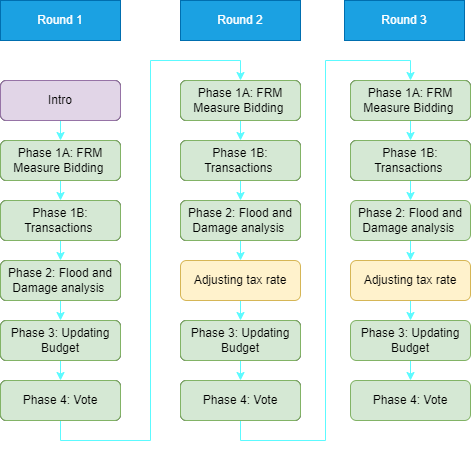
Above: checklists/flow chart.png in sinagolchi/FRC_admin (draw.io), before the change. Source tidied: cells renumbered, new cells last; positions are measured from the earlier drawing's top-left corner, leaving out a move shared by most shapes.
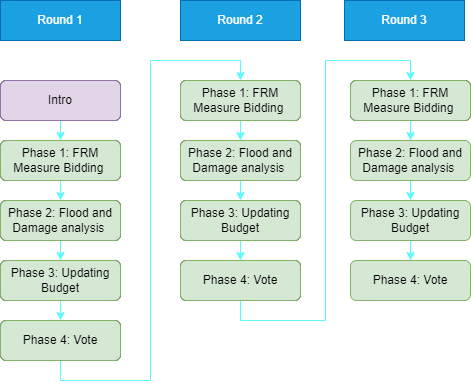
After the commit.

Diff of the diagram source:
```diff
@@ -8,105 +8,75 @@
     <mxCell id="3" value="Intro" style="rounded=1;whiteSpace=wrap;html=1;fontSize=12;glass=0;strokeWidth=1;shadow=0;" parent="1" vertex="1">
       <mxGeometry y="80" width="120" height="40" as="geometry" />
     </mxCell>
-    <mxCell id="4" style="edgeStyle=orthogonalEdgeStyle;rounded=0;jettySize=auto;html=1;exitX=0.5;exitY=1;exitDx=0;exitDy=0;entryX=0.5;entryY=0;entryDx=0;entryDy=0;strokeColor=#5CFAFF;" parent="1" edge="1" source="5" target="7">
+    <mxCell id="4" style="edgeStyle=orthogonalEdgeStyle;rounded=0;jettySize=auto;html=1;exitX=0.5;exitY=1;exitDx=0;exitDy=0;entryX=0.5;entryY=0;entryDx=0;entryDy=0;strokeColor=#5CFAFF;" parent="1" edge="1" source="5" target="43">
       <mxGeometry relative="1" as="geometry" />
     </mxCell>
     <mxCell id="5" value="Phase 1A: FRM Measure Bidding&amp;nbsp;" style="rounded=1;whiteSpace=wrap;html=1;fontSize=12;glass=0;strokeWidth=1;shadow=0;" parent="1" vertex="1">
       <mxGeometry y="140" width="120" height="40" as="geometry" />
     </mxCell>
-    <mxCell id="6" style="edgeStyle=orthogonalEdgeStyle;rounded=0;jettySize=auto;html=1;exitX=0.5;exitY=1;exitDx=0;exitDy=0;entryX=0.5;entryY=0;entryDx=0;entryDy=0;strokeColor=#5CFAFF;" parent="1" edge="1" source="7" target="9">
-      <mxGeometry relative="1" as="geometry" />
-    </mxCell>
-    <mxCell id="7" value="Phase 1B: Transactions&amp;nbsp;" style="rounded=1;whiteSpace=wrap;html=1;fontSize=12;glass=0;strokeWidth=1;shadow=0;" parent="1" vertex="1">
-      <mxGeometry y="200" width="120" height="40" as="geometry" />
-    </mxCell>
     <mxCell id="8" style="edgeStyle=orthogonalEdgeStyle;rounded=0;jettySize=auto;html=1;exitX=0.5;exitY=1;exitDx=0;exitDy=0;entryX=0.5;entryY=0;entryDx=0;entryDy=0;strokeColor=#5CFAFF;" parent="1" edge="1" source="9" target="11">
       <mxGeometry relative="1" as="geometry" />
     </mxCell>
     <mxCell id="9" value="Phase 2: Flood and Damage analysis&amp;nbsp;" style="rounded=1;whiteSpace=wrap;html=1;fontSize=12;glass=0;strokeWidth=1;shadow=0;" parent="1" vertex="1">
-      <mxGeometry y="260" width="120" height="40" as="geometry" />
+      <mxGeometry y="200" width="120" height="40" as="geometry" />
     </mxCell>
     <mxCell id="10" style="edgeStyle=orthogonalEdgeStyle;rounded=0;jettySize=auto;html=1;exitX=0.5;exitY=1;exitDx=0;exitDy=0;entryX=0.5;entryY=0;entryDx=0;entryDy=0;strokeColor=#5CFAFF;" parent="1" edge="1" source="11" target="13">
       <mxGeometry relative="1" as="geometry" />
     </mxCell>
     <mxCell id="11" value="Phase 3: Updating Budget" style="rounded=1;whiteSpace=wrap;html=1;fontSize=12;glass=0;strokeWidth=1;shadow=0;" parent="1" vertex="1">
-      <mxGeometry y="320" width="120" height="40" as="geometry" />
+      <mxGeometry y="260" width="120" height="40" as="geometry" />
     </mxCell>
     <mxCell id="12" style="edgeStyle=orthogonalEdgeStyle;rounded=0;jettySize=auto;html=1;exitX=0.5;exitY=1;exitDx=0;exitDy=0;entryX=0.5;entryY=0;entryDx=0;entryDy=0;strokeColor=#5CFAFF;" parent="1" edge="1" source="13" target="15">
       <mxGeometry relative="1" as="geometry" />
     </mxCell>
     <mxCell id="13" value="Phase 4: Vote" style="rounded=1;whiteSpace=wrap;html=1;fontSize=12;glass=0;strokeWidth=1;shadow=0;" parent="1" vertex="1">
-      <mxGeometry y="380" width="120" height="40" as="geometry" />
+      <mxGeometry y="320" width="120" height="40" as="geometry" />
     </mxCell>
-    <mxCell id="14" style="edgeStyle=orthogonalEdgeStyle;rounded=0;jettySize=auto;html=1;exitX=0.5;exitY=1;exitDx=0;exitDy=0;entryX=0.5;entryY=0;entryDx=0;entryDy=0;strokeColor=#5CFAFF;" parent="1" edge="1" source="15" target="17">
+    <mxCell id="14" style="edgeStyle=orthogonalEdgeStyle;rounded=0;jettySize=auto;html=1;exitX=0.5;exitY=1;exitDx=0;exitDy=0;entryX=0.5;entryY=0;entryDx=0;entryDy=0;strokeColor=#5CFAFF;" parent="1" edge="1" source="15" target="48">
       <mxGeometry relative="1" as="geometry" />
     </mxCell>
     <mxCell id="15" value="Phase 1A: FRM Measure Bidding&amp;nbsp;" style="rounded=1;whiteSpace=wrap;html=1;fontSize=12;glass=0;strokeWidth=1;shadow=0;" parent="1" vertex="1">
       <mxGeometry x="180" y="80" width="120" height="40" as="geometry" />
     </mxCell>
-    <mxCell id="16" style="edgeStyle=orthogonalEdgeStyle;rounded=0;jettySize=auto;html=1;exitX=0.5;exitY=1;exitDx=0;exitDy=0;entryX=0.5;entryY=0;entryDx=0;entryDy=0;strokeColor=#5CFAFF;" parent="1" edge="1" source="17" target="19">
-      <mxGeometry relative="1" as="geometry" />
-    </mxCell>
-    <mxCell id="17" value="Phase 1B: Transactions&amp;nbsp;" style="rounded=1;whiteSpace=wrap;html=1;fontSize=12;glass=0;strokeWidth=1;shadow=0;" parent="1" vertex="1">
-      <mxGeometry x="180" y="140" width="120" height="40" as="geometry" />
-    </mxCell>
-    <mxCell id="18" style="edgeStyle=orthogonalEdgeStyle;rounded=0;jettySize=auto;html=1;exitX=0.5;exitY=1;exitDx=0;exitDy=0;entryX=0.5;entryY=0;entryDx=0;entryDy=0;strokeColor=#5CFAFF;" parent="1" edge="1" source="19" target="25">
+    <mxCell id="18" style="edgeStyle=orthogonalEdgeStyle;rounded=0;jettySize=auto;html=1;exitX=0.5;exitY=1;exitDx=0;exitDy=0;entryX=0.5;entryY=0;entryDx=0;entryDy=0;strokeColor=#5CFAFF;" parent="1" edge="1" source="19" target="49">
       <mxGeometry relative="1" as="geometry" />
     </mxCell>
     <mxCell id="19" value="Phase 2: Flood and Damage analysis&amp;nbsp;" style="rounded=1;whiteSpace=wrap;html=1;fontSize=12;glass=0;strokeWidth=1;shadow=0;" parent="1" vertex="1">
-      <mxGeometry x="180" y="200" width="120" height="40" as="geometry" />
+      <mxGeometry x="180" y="140" width="120" height="40" as="geometry" />
     </mxCell>
     <mxCell id="20" style="edgeStyle=orthogonalEdgeStyle;rounded=0;jettySize=auto;html=1;exitX=0.5;exitY=1;exitDx=0;exitDy=0;entryX=0.5;entryY=0;entryDx=0;entryDy=0;strokeColor=#5CFAFF;" parent="1" edge="1" source="21" target="23">
       <mxGeometry relative="1" as="geometry" />
     </mxCell>
     <mxCell id="21" value="Phase 3: Updating Budget" style="rounded=1;whiteSpace=wrap;html=1;fontSize=12;glass=0;strokeWidth=1;shadow=0;" parent="1" vertex="1">
-      <mxGeometry x="180" y="320" width="120" height="40" as="geometry" />
+      <mxGeometry x="180" y="200" width="120" height="40" as="geometry" />
     </mxCell>
     <mxCell id="22" style="edgeStyle=orthogonalEdgeStyle;rounded=0;jettySize=auto;html=1;exitX=0.5;exitY=1;exitDx=0;exitDy=0;entryX=0.5;entryY=0;entryDx=0;entryDy=0;strokeColor=#5CFAFF;" parent="1" edge="1" source="23" target="27">
       <mxGeometry relative="1" as="geometry" />
     </mxCell>
     <mxCell id="23" value="Phase 4: Vote" style="rounded=1;whiteSpace=wrap;html=1;fontSize=12;glass=0;strokeWidth=1;shadow=0;" parent="1" vertex="1">
-      <mxGeometry x="180" y="380" width="120" height="40" as="geometry" />
+      <mxGeometry x="180" y="260" width="120" height="40" as="geometry" />
     </mxCell>
-    <mxCell id="24" style="edgeStyle=orthogonalEdgeStyle;rounded=0;jettySize=auto;html=1;exitX=0.5;exitY=1;exitDx=0;exitDy=0;entryX=0.5;entryY=0;entryDx=0;entryDy=0;strokeColor=#5CFAFF;" parent="1" edge="1" source="25" target="21">
-      <mxGeometry relative="1" as="geometry" />
-    </mxCell>
-    <mxCell id="25" value="Adjusting tax rate" style="rounded=1;whiteSpace=wrap;html=1;fontSize=12;glass=0;strokeWidth=1;shadow=0;fillColor=#fff2cc;strokeColor=#d6b656;" parent="1" vertex="1">
-      <mxGeometry x="180" y="260" width="120" height="40" as="geometry" />
-    </mxCell>
-    <mxCell id="26" style="edgeStyle=orthogonalEdgeStyle;rounded=0;jettySize=auto;html=1;exitX=0.5;exitY=1;exitDx=0;exitDy=0;entryX=0.5;entryY=0;entryDx=0;entryDy=0;strokeColor=#5CFAFF;" parent="1" edge="1" source="27" target="29">
+    <mxCell id="26" style="edgeStyle=orthogonalEdgeStyle;rounded=0;jettySize=auto;html=1;exitX=0.5;exitY=1;exitDx=0;exitDy=0;entryX=0.5;entryY=0;entryDx=0;entryDy=0;strokeColor=#5CFAFF;" parent="1" edge="1" source="27" target="31">
       <mxGeometry relative="1" as="geometry" />
     </mxCell>
     <mxCell id="27" value="Phase 1A: FRM Measure Bidding&amp;nbsp;" style="rounded=1;whiteSpace=wrap;html=1;fontSize=12;glass=0;strokeWidth=1;shadow=0;" parent="1" vertex="1">
       <mxGeometry x="350" y="80" width="120" height="40" as="geometry" />
     </mxCell>
-    <mxCell id="28" style="edgeStyle=orthogonalEdgeStyle;rounded=0;jettySize=auto;html=1;exitX=0.5;exitY=1;exitDx=0;exitDy=0;entryX=0.5;entryY=0;entryDx=0;entryDy=0;strokeColor=#5CFAFF;" parent="1" edge="1" source="29" target="31">
-      <mxGeometry relative="1" as="geometry" />
-    </mxCell>
-    <mxCell id="29" value="Phase 1B: Transactions&amp;nbsp;" style="rounded=1;whiteSpace=wrap;html=1;fontSize=12;glass=0;strokeWidth=1;shadow=0;" parent="1" vertex="1">
-      <mxGeometry x="350" y="140" width="120" height="40" as="geometry" />
-    </mxCell>
-    <mxCell id="30" style="edgeStyle=orthogonalEdgeStyle;rounded=0;jettySize=auto;html=1;exitX=0.5;exitY=1;exitDx=0;exitDy=0;entryX=0.5;entryY=0;entryDx=0;entryDy=0;strokeColor=#5CFAFF;" parent="1" edge="1" source="31" target="36">
+    <mxCell id="30" style="edgeStyle=orthogonalEdgeStyle;rounded=0;jettySize=auto;html=1;exitX=0.5;exitY=1;exitDx=0;exitDy=0;entryX=0.5;entryY=0;entryDx=0;entryDy=0;strokeColor=#5CFAFF;" parent="1" edge="1" source="31" target="33">
       <mxGeometry relative="1" as="geometry" />
     </mxCell>
     <mxCell id="31" value="Phase 2: Flood and Damage analysis&amp;nbsp;" style="rounded=1;whiteSpace=wrap;html=1;fontSize=12;glass=0;strokeWidth=1;shadow=0;fillColor=#d5e8d4;strokeColor=#82b366;" parent="1" vertex="1">
-      <mxGeometry x="350" y="200" width="120" height="40" as="geometry" />
+      <mxGeometry x="350" y="140" width="120" height="40" as="geometry" />
     </mxCell>
     <mxCell id="32" style="edgeStyle=orthogonalEdgeStyle;rounded=0;jettySize=auto;html=1;exitX=0.5;exitY=1;exitDx=0;exitDy=0;entryX=0.5;entryY=0;entryDx=0;entryDy=0;strokeColor=#5CFAFF;" parent="1" edge="1" source="33" target="34">
       <mxGeometry relative="1" as="geometry" />
     </mxCell>
     <mxCell id="33" value="Phase 3: Updating Budget" style="rounded=1;whiteSpace=wrap;html=1;fontSize=12;glass=0;strokeWidth=1;shadow=0;fillColor=#d5e8d4;strokeColor=#82b366;" parent="1" vertex="1">
-      <mxGeometry x="350" y="320" width="120" height="40" as="geometry" />
+      <mxGeometry x="350" y="200" width="120" height="40" as="geometry" />
     </mxCell>
     <mxCell id="34" value="Phase 4: Vote" style="rounded=1;whiteSpace=wrap;html=1;fontSize=12;glass=0;strokeWidth=1;shadow=0;fillColor=#d5e8d4;strokeColor=#82b366;" parent="1" vertex="1">
-      <mxGeometry x="350" y="380" width="120" height="40" as="geometry" />
+      <mxGeometry x="350" y="260" width="120" height="40" as="geometry" />
     </mxCell>
-    <mxCell id="35" style="edgeStyle=orthogonalEdgeStyle;rounded=0;jettySize=auto;html=1;exitX=0.5;exitY=1;exitDx=0;exitDy=0;entryX=0.5;entryY=0;entryDx=0;entryDy=0;strokeColor=#5CFAFF;" parent="1" edge="1" source="36" target="33">
-      <mxGeometry relative="1" as="geometry" />
-    </mxCell>
-    <mxCell id="36" value="Adjusting tax rate" style="rounded=1;whiteSpace=wrap;html=1;fontSize=12;glass=0;strokeWidth=1;shadow=0;fillColor=#fff2cc;strokeColor=#d6b656;" parent="1" vertex="1">
-      <mxGeometry x="350" y="260" width="120" height="40" as="geometry" />
-    </mxCell>
     <mxCell id="37" value="Round 2" style="rounded=0;whiteSpace=wrap;html=1;fillColor=#1ba1e2;strokeColor=#006EAF;fontColor=#ffffff;" parent="1" vertex="1">
       <mxGeometry x="180" width="120" height="40" as="geometry" />
     </mxCell>
@@ -119,41 +89,32 @@
     <mxCell id="40" value="Intro" style="rounded=1;whiteSpace=wrap;html=1;fontSize=12;glass=0;strokeWidth=1;shadow=0;fillColor=#e1d5e7;strokeColor=#9673a6;" parent="1" vertex="1">
       <mxGeometry y="80" width="120" height="40" as="geometry" />
     </mxCell>
-    <mxCell id="41" value="Phase 1A: FRM Measure Bidding&amp;nbsp;" style="rounded=1;whiteSpace=wrap;html=1;fontSize=12;glass=0;strokeWidth=1;shadow=0;fillColor=#d5e8d4;strokeColor=#82b366;" parent="1" vertex="1">
+    <mxCell id="41" value="Phase 1: FRM Measure Bidding&amp;nbsp;" style="rounded=1;whiteSpace=wrap;html=1;fontSize=12;glass=0;strokeWidth=1;shadow=0;fillColor=#d5e8d4;strokeColor=#82b366;" parent="1" vertex="1">
       <mxGeometry y="140" width="120" height="40" as="geometry" />
     </mxCell>
-    <mxCell id="42" value="Phase 1B: Transactions&amp;nbsp;" style="rounded=1;whiteSpace=wrap;html=1;fontSize=12;glass=0;strokeWidth=1;shadow=0;fillColor=#d5e8d4;strokeColor=#82b366;" parent="1" vertex="1">
-      <mxGeometry y="200" width="120" height="40" as="geometry" />
-    </mxCell>
     <mxCell id="43" value="Phase 2: Flood and Damage analysis&amp;nbsp;" style="rounded=1;whiteSpace=wrap;html=1;fontSize=12;glass=0;strokeWidth=1;shadow=0;fillColor=#d5e8d4;strokeColor=#82b366;" parent="1" vertex="1">
-      <mxGeometry y="260" width="120" height="40" as="geometry" />
+      <mxGeometry y="200" width="120" height="40" as="geometry" />
     </mxCell>
     <mxCell id="44" value="Phase 3: Updating Budget" style="rounded=1;whiteSpace=wrap;html=1;fontSize=12;glass=0;strokeWidth=1;shadow=0;fillColor=#d5e8d4;strokeColor=#82b366;" parent="1" vertex="1">
-      <mxGeometry y="320" width="120" height="40" as="geometry" />
+      <mxGeometry y="260" width="120" height="40" as="geometry" />
     </mxCell>
     <mxCell id="45" value="Phase 4: Vote" style="rounded=1;whiteSpace=wrap;html=1;fontSize=12;glass=0;strokeWidth=1;shadow=0;fillColor=#d5e8d4;strokeColor=#82b366;" parent="1" vertex="1">
-      <mxGeometry y="380" width="120" height="40" as="geometry" />
+      <mxGeometry y="320" width="120" height="40" as="geometry" />
     </mxCell>
-    <mxCell id="46" value="Phase 1A: FRM Measure Bidding&amp;nbsp;" style="rounded=1;whiteSpace=wrap;html=1;fontSize=12;glass=0;strokeWidth=1;shadow=0;fillColor=#d5e8d4;strokeColor=#82b366;" parent="1" vertex="1">
+    <mxCell id="46" value="Phase 1: FRM Measure Bidding&amp;nbsp;" style="rounded=1;whiteSpace=wrap;html=1;fontSize=12;glass=0;strokeWidth=1;shadow=0;fillColor=#d5e8d4;strokeColor=#82b366;" parent="1" vertex="1">
       <mxGeometry x="180" y="80" width="120" height="40" as="geometry" />
     </mxCell>
-    <mxCell id="47" value="Phase 1B: Transactions&amp;nbsp;" style="rounded=1;whiteSpace=wrap;html=1;fontSize=12;glass=0;strokeWidth=1;shadow=0;fillColor=#d5e8d4;strokeColor=#82b366;" parent="1" vertex="1">
-      <mxGeometry x="180" y="140" width="120" height="40" as="geometry" />
-    </mxCell>
     <mxCell id="48" value="Phase 2: Flood and Damage analysis&amp;nbsp;" style="rounded=1;whiteSpace=wrap;html=1;fontSize=12;glass=0;strokeWidth=1;shadow=0;fillColor=#d5e8d4;strokeColor=#82b366;" parent="1" vertex="1">
-      <mxGeometry x="180" y="200" width="120" height="40" as="geometry" />
+      <mxGeometry x="180" y="140" width="120" height="40" as="geometry" />
     </mxCell>
     <mxCell id="49" value="Phase 3: Updating Budget" style="rounded=1;whiteSpace=wrap;html=1;fontSize=12;glass=0;strokeWidth=1;shadow=0;fillColor=#d5e8d4;strokeColor=#82b366;" parent="1" vertex="1">
-      <mxGeometry x="180" y="320" width="120" height="40" as="geometry" />
+      <mxGeometry x="180" y="200" width="120" height="40" as="geometry" />
     </mxCell>
     <mxCell id="50" value="Phase 4: Vote" style="rounded=1;whiteSpace=wrap;html=1;fontSize=12;glass=0;strokeWidth=1;shadow=0;fillColor=#d5e8d4;strokeColor=#82b366;" parent="1" vertex="1">
-      <mxGeometry x="180" y="380" width="120" height="40" as="geometry" />
+      <mxGeometry x="180" y="260" width="120" height="40" as="geometry" />
     </mxCell>
-    <mxCell id="51" value="Phase 1A: FRM Measure Bidding&amp;nbsp;" style="rounded=1;whiteSpace=wrap;html=1;fontSize=12;glass=0;strokeWidth=1;shadow=0;fillColor=#d5e8d4;strokeColor=#82b366;" parent="1" vertex="1">
+    <mxCell id="51" value="Phase 1: FRM Measure Bidding&amp;nbsp;" style="rounded=1;whiteSpace=wrap;html=1;fontSize=12;glass=0;strokeWidth=1;shadow=0;fillColor=#d5e8d4;strokeColor=#82b366;" parent="1" vertex="1">
       <mxGeometry x="350" y="80" width="120" height="40" as="geometry" />
     </mxCell>
-    <mxCell id="52" value="Phase 1B: Transactions&amp;nbsp;" style="rounded=1;whiteSpace=wrap;html=1;fontSize=12;glass=0;strokeWidth=1;shadow=0;fillColor=#d5e8d4;strokeColor=#82b366;" parent="1" vertex="1">
-      <mxGeometry x="350" y="140" width="120" height="40" as="geometry" />
-    </mxCell>
   </root>
 </mxGraphModel>
```
